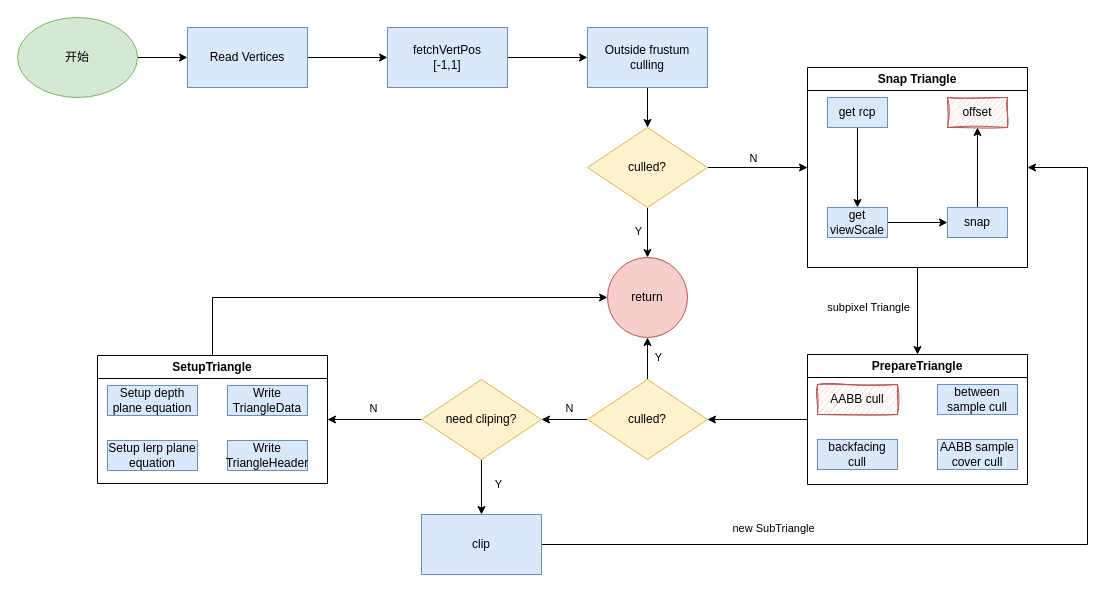
Before: TriangleSetup.drawio in spaceboy202105/img, a draw.io diagram. Source tidied: cells renumbered, new cells numbered last; positions are measured from the earlier drawing's top-left corner, leaving out a move shared by most shapes. Both pictures are drawn from the tidied source at 100%, with x=0, y=0 at pixel (17, 17).
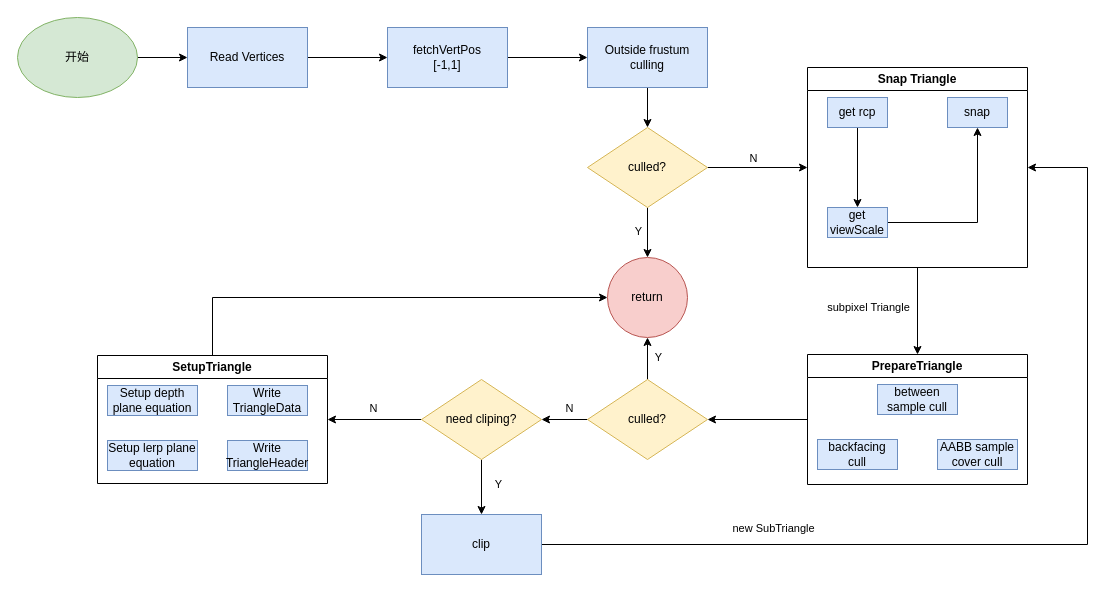
The same page after the edit.

Unchanged cells that the change refers to:
```xml
<mxCell id="18" value="Snap Triangle" style="swimlane;whiteSpace=wrap;html=1;" parent="1" vertex="1">
  <mxGeometry x="790" y="50" width="220" height="200" as="geometry" />
</mxCell>
<mxCell id="27" value="PrepareTriangle" style="swimlane;whiteSpace=wrap;html=1;" parent="1" vertex="1">
  <mxGeometry x="790" y="337" width="220" height="130" as="geometry" />
</mxCell>
```

The edit, as a diff of the source:
```diff
@@
-    <mxCell id="23" style="edgeStyle=orthogonalEdgeStyle;rounded=0;jettySize=auto;html=1;" parent="18" edge="1" source="24" target="25">
-      <mxGeometry relative="1" as="geometry" />
-    </mxCell>
     <mxCell id="24" value="snap" style="whiteSpace=wrap;html=1;fillColor=#dae8fc;strokeColor=#6c8ebf;" parent="18" vertex="1">
-      <mxGeometry x="140" y="140" width="60" height="30" as="geometry" />
+      <mxGeometry x="140" y="30" width="60" height="30" as="geometry" />
     </mxCell>
-    <mxCell id="25" value="offset" style="whiteSpace=wrap;html=1;fillColor=#f8cecc;strokeColor=#b85450;sketch=1;curveFitting=1;jiggle=2;" parent="18" vertex="1">
-      <mxGeometry x="140" y="30" width="60" height="30" as="geometry" />
-    </mxCell>
@@
-    <mxCell id="28" value="AABB cull" style="whiteSpace=wrap;html=1;fillColor=#f8cecc;strokeColor=#b85450;sketch=1;curveFitting=1;jiggle=2;" parent="27" vertex="1">
-      <mxGeometry x="10" y="30" width="80" height="30" as="geometry" />
-    </mxCell>
@@
     <mxCell id="31" value="between sample cull" style="whiteSpace=wrap;html=1;fillColor=#dae8fc;strokeColor=#6c8ebf;" parent="27" vertex="1">
-      <mxGeometry x="130" y="30" width="80" height="30" as="geometry" />
+      <mxGeometry x="70" y="30" width="80" height="30" as="geometry" />
     </mxCell>
```
